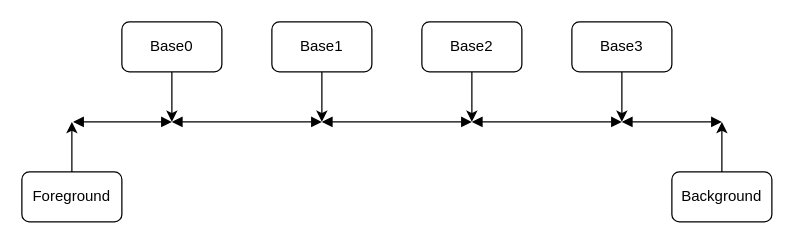
Above: scheme/Diagram.drawio in zpm-zsh/colors (draw.io), before the change. Source tidied: cells renumbered, new cells numbered last; positions are measured from the earlier drawing's top-left corner, leaving out a move shared by most shapes. Both pictures are drawn from the tidied source at 125%, with x=0, y=0 at pixel (21, 21).
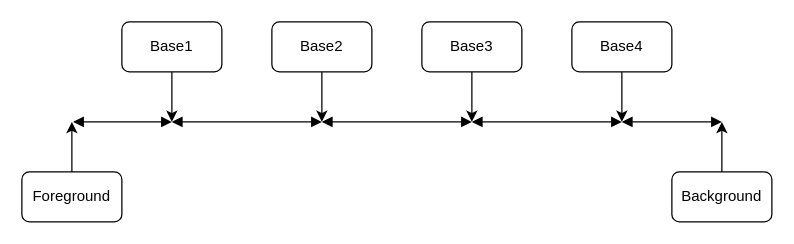
After the change.

What changed in the source:
```diff
@@
-    <mxCell id="9" value="Base0" style="rounded=1;whiteSpace=wrap;html=1;" parent="1" vertex="1">
+    <mxCell id="9" value="&lt;div&gt;Base1&lt;/div&gt;" style="rounded=1;whiteSpace=wrap;html=1;" parent="1" vertex="1">
       <mxGeometry x="80" width="80" height="40" as="geometry" />
     </mxCell>
-    <mxCell id="10" value="Base1" style="rounded=1;whiteSpace=wrap;html=1;" parent="1" vertex="1">
+    <mxCell id="10" value="Base2" style="rounded=1;whiteSpace=wrap;html=1;" parent="1" vertex="1">
       <mxGeometry x="200" width="80" height="40" as="geometry" />
     </mxCell>
-    <mxCell id="11" value="Base2" style="rounded=1;whiteSpace=wrap;html=1;" parent="1" vertex="1">
+    <mxCell id="11" value="Base3" style="rounded=1;whiteSpace=wrap;html=1;" parent="1" vertex="1">
       <mxGeometry x="320" width="80" height="40" as="geometry" />
     </mxCell>
-    <mxCell id="12" value="Base3" style="rounded=1;whiteSpace=wrap;html=1;" parent="1" vertex="1">
+    <mxCell id="12" value="Base4" style="rounded=1;whiteSpace=wrap;html=1;" parent="1" vertex="1">
       <mxGeometry x="440" width="80" height="40" as="geometry" />
     </mxCell>
```
